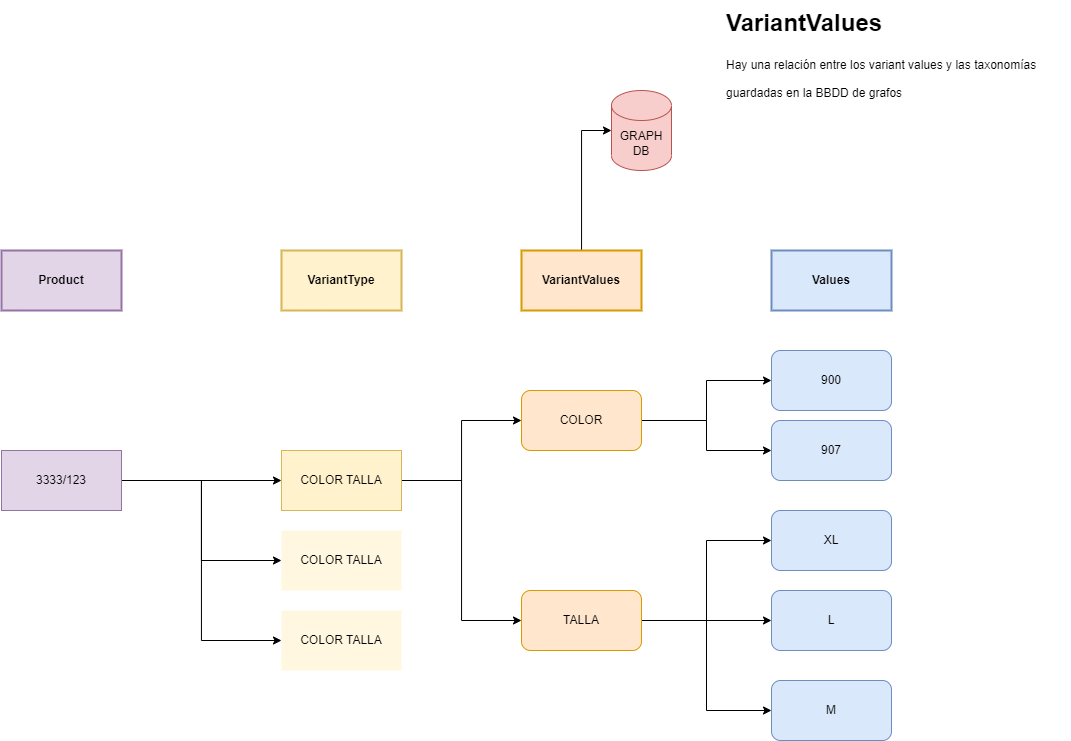
Above: doc/variantes.drawio.png in roicastrocasal/variants-test (draw.io), before the change. Source tidied: cells renumbered, new cells last; positions are measured from the earlier drawing's top-left corner, leaving out a move shared by most shapes.
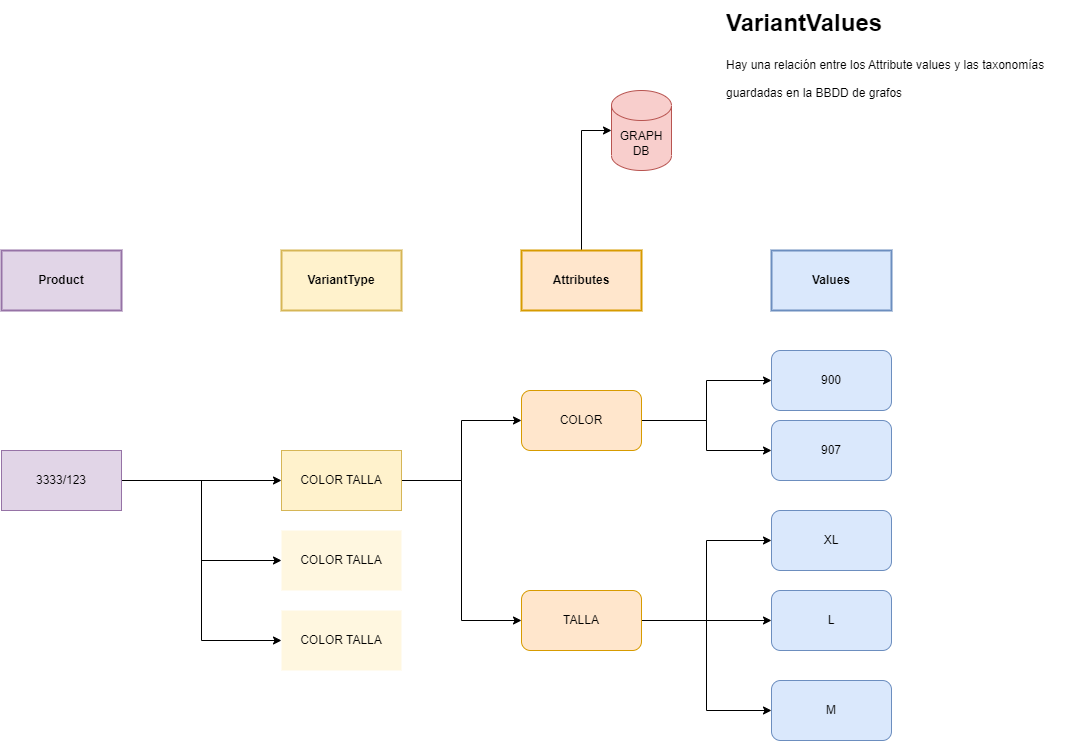
Later version of the same file.

Commit message:
attribute values esquema

What changed in the source:
```diff
@@ -5,7 +5,7 @@
     <mxCell id="2" style="edgeStyle=orthogonalEdgeStyle;rounded=0;jettySize=auto;html=1;entryX=0;entryY=0.5;entryDx=0;entryDy=0;entryPerimeter=0;" parent="1" edge="1" source="3" target="22">
       <mxGeometry relative="1" as="geometry" />
     </mxCell>
-    <mxCell id="3" value="VariantValues" style="rounded=0;whiteSpace=wrap;html=1;fillColor=#ffe6cc;strokeColor=#d79b00;fontStyle=1;strokeWidth=2;" parent="1" vertex="1">
+    <mxCell id="3" value="Attributes" style="rounded=0;whiteSpace=wrap;html=1;fillColor=#ffe6cc;strokeColor=#d79b00;fontStyle=1;strokeWidth=2;" parent="1" vertex="1">
       <mxGeometry x="520" y="240" width="120" height="60" as="geometry" />
     </mxCell>
     <mxCell id="4" style="edgeStyle=orthogonalEdgeStyle;rounded=0;jettySize=auto;html=1;entryX=0;entryY=0.5;entryDx=0;entryDy=0;" parent="1" edge="1" source="6" target="12">
@@ -59,7 +59,7 @@
     <mxCell id="20" value="COLOR TALLA" style="rounded=0;whiteSpace=wrap;html=1;fillColor=#fff2cc;strokeColor=#d6b656;" parent="1" vertex="1">
       <mxGeometry x="280" y="440" width="120" height="60" as="geometry" />
     </mxCell>
-    <mxCell id="21" value="&lt;h1 style=&quot;line-height: 60%;&quot;&gt;&lt;span style=&quot;background-color: initial;&quot;&gt;&lt;font style=&quot;font-size: 24px;&quot;&gt;VariantValues&lt;/font&gt;&lt;/span&gt;&lt;/h1&gt;&lt;h1&gt;&lt;span style=&quot;background-color: initial; font-size: 12px; font-weight: normal;&quot;&gt;Hay una relación entre los variant values y las taxonomías guardadas en la BBDD de grafos&lt;/span&gt;&lt;br&gt;&lt;/h1&gt;" style="text;html=1;strokeColor=none;fillColor=none;spacing=5;spacingTop=-20;whiteSpace=wrap;overflow=hidden;rounded=0;" parent="1" vertex="1">
+    <mxCell id="21" value="&lt;h1 style=&quot;line-height: 60%&quot;&gt;&lt;span&gt;&lt;font style=&quot;font-size: 24px&quot;&gt;VariantValues&lt;/font&gt;&lt;/span&gt;&lt;/h1&gt;&lt;h1&gt;&lt;span style=&quot;font-size: 12px ; font-weight: normal&quot;&gt;Hay una relación entre los Attribute values y las taxonomías guardadas en la BBDD de grafos&lt;/span&gt;&lt;br&gt;&lt;/h1&gt;" style="text;html=1;strokeColor=none;fillColor=none;spacing=5;spacingTop=-20;whiteSpace=wrap;overflow=hidden;rounded=0;" parent="1" vertex="1">
       <mxGeometry x="720" width="350" height="120" as="geometry" />
     </mxCell>
     <mxCell id="22" value="GRAPH DB" style="shape=cylinder3;whiteSpace=wrap;html=1;boundedLbl=1;backgroundOutline=1;size=15;fillColor=#f8cecc;strokeColor=#b85450;" parent="1" vertex="1">
```
